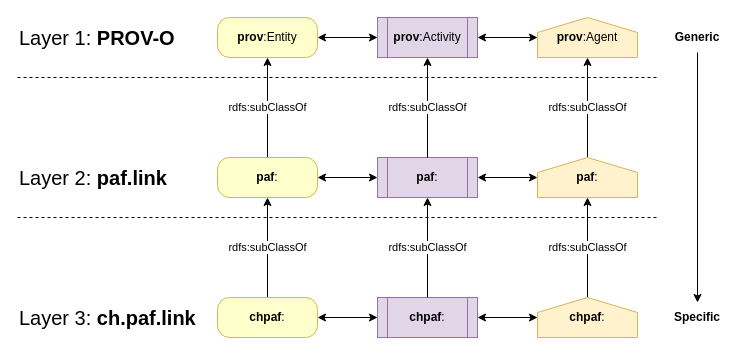
Before: img/layers.drawio in swiss/paf-link, a draw.io diagram. Source tidied: cells renumbered, new cells numbered last; positions are measured from the earlier drawing's top-left corner, leaving out a move shared by most shapes. Both pictures are drawn from the tidied source at 100%, with x=0, y=0 at pixel (17, 17).
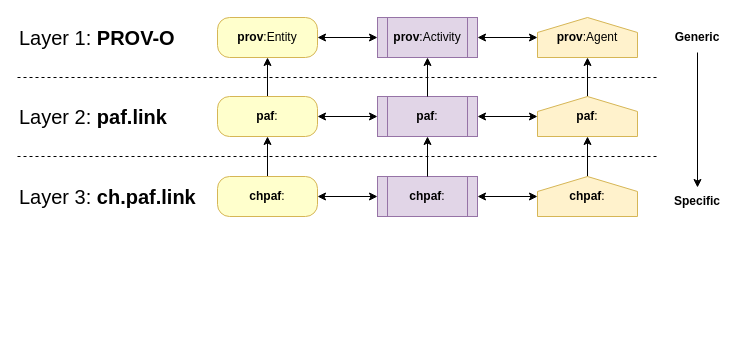
The same diagram, later.

Unchanged cells that the change refers to:
```xml
<mxCell id="7" value="&lt;b&gt;Generic&lt;/b&gt;" style="text;html=1;strokeColor=none;fillColor=none;align=center;verticalAlign=middle;whiteSpace=wrap;rounded=0;" parent="1" vertex="1">
  <mxGeometry x="650" y="5" width="60" height="30" as="geometry" />
</mxCell>
<mxCell id="11" value="&lt;b&gt;prov&lt;/b&gt;:Entity" style="rounded=1;whiteSpace=wrap;html=1;fillColor=#FFFFCC;strokeColor=#d6b656;arcSize=30;" parent="1" vertex="1">
  <mxGeometry x="200" width="100" height="40" as="geometry" />
</mxCell>
<mxCell id="13" value="&lt;b&gt;prov&lt;/b&gt;:Activity" style="shape=process;whiteSpace=wrap;html=1;backgroundOutline=1;fillColor=#e1d5e7;strokeColor=#9673a6;" parent="1" vertex="1">
  <mxGeometry x="360" width="100" height="40" as="geometry" />
</mxCell>
<mxCell id="30" value="&lt;b&gt;prov&lt;/b&gt;:Agent" style="shape=offPageConnector;whiteSpace=wrap;html=1;flipV=1;fillColor=#fff2cc;strokeColor=#d6b656;" parent="1" vertex="1">
  <mxGeometry x="520" width="100" height="40" as="geometry" />
</mxCell>
```

The edit, as a diff of the source:
```diff
@@
     <mxCell id="3" value="Layer 2: &lt;b&gt;paf.link&lt;/b&gt;" style="text;strokeColor=none;align=left;fillColor=none;html=1;verticalAlign=middle;whiteSpace=wrap;rounded=0;labelBackgroundColor=none;fontSize=20;fontColor=none;" parent="1" vertex="1">
-      <mxGeometry y="140" width="170" height="40" as="geometry" />
+      <mxGeometry y="79" width="170" height="40" as="geometry" />
     </mxCell>
     <mxCell id="4" value="Layer 3: &lt;b&gt;ch.paf.link&lt;/b&gt;" style="text;strokeColor=none;align=left;fillColor=none;html=1;verticalAlign=middle;whiteSpace=wrap;rounded=0;labelBackgroundColor=none;fontSize=20;fontColor=none;" parent="1" vertex="1">
-      <mxGeometry y="280" width="200" height="40" as="geometry" />
+      <mxGeometry y="159" width="200" height="40" as="geometry" />
     </mxCell>
-    <mxCell id="5" style="endArrow=classic;html=1;entryX=0.5;entryY=0;entryDx=0;entryDy=0;exitX=0.5;exitY=1;exitDx=0;exitDy=0;" parent="1" edge="1" source="7" target="6">
-      <mxGeometry relative="1" as="geometry" />
+    <mxCell id="5" style="endArrow=classic;html=1;exitX=0.5;exitY=1;exitDx=0;exitDy=0;" parent="1" edge="1" source="7">
+      <mxGeometry relative="1" as="geometry">
+        <mxPoint x="680" y="170" as="targetPoint" />
+      </mxGeometry>
     </mxCell>
     <mxCell id="6" value="&lt;b&gt;Specific&lt;/b&gt;" style="text;html=1;strokeColor=none;fillColor=none;align=center;verticalAlign=middle;whiteSpace=wrap;rounded=0;" parent="1" vertex="1">
-      <mxGeometry x="650" y="285" width="60" height="30" as="geometry" />
+      <mxGeometry x="650" y="169" width="60" height="30" as="geometry" />
     </mxCell>
@@
     <mxCell id="9" style="endArrow=none;dashed=1;html=1;strokeWidth=1;fontSize=20;fontColor=none;" parent="1" edge="1">
       <mxGeometry relative="1" as="geometry">
-        <mxPoint y="200" as="sourcePoint" />
-        <mxPoint x="640" y="200" as="targetPoint" />
+        <mxPoint y="139" as="sourcePoint" />
+        <mxPoint x="640" y="139" as="targetPoint" />
       </mxGeometry>
     </mxCell>
@@
-    <mxCell id="15" value="rdfs:subClassOf" style="edgeStyle=none;html=1;exitX=0.5;exitY=0;exitDx=0;exitDy=0;entryX=0.5;entryY=1;entryDx=0;entryDy=0;startArrow=none;startFill=0;" parent="1" edge="1" source="16" target="11">
+    <mxCell id="15" style="edgeStyle=none;html=1;exitX=0.5;exitY=0;exitDx=0;exitDy=0;entryX=0.5;entryY=1;entryDx=0;entryDy=0;startArrow=none;startFill=0;" parent="1" edge="1" source="16" target="11">
       <mxGeometry relative="1" as="geometry" />
     </mxCell>
     <mxCell id="16" value="&lt;b&gt;paf&lt;/b&gt;:" style="rounded=1;whiteSpace=wrap;html=1;fillColor=#FFFFCC;strokeColor=#d6b656;arcSize=30;" parent="1" vertex="1">
-      <mxGeometry x="200" y="140" width="100" height="40" as="geometry" />
+      <mxGeometry x="200" y="79" width="100" height="40" as="geometry" />
     </mxCell>
@@
     <mxCell id="18" value="&lt;b&gt;paf&lt;/b&gt;:" style="shape=process;whiteSpace=wrap;html=1;backgroundOutline=1;fillColor=#e1d5e7;strokeColor=#9673a6;" parent="1" vertex="1">
-      <mxGeometry x="360" y="140" width="100" height="40" as="geometry" />
+      <mxGeometry x="360" y="79" width="100" height="40" as="geometry" />
     </mxCell>
-    <mxCell id="19" value="rdfs:subClassOf" style="edgeStyle=none;html=1;exitX=0.5;exitY=0;exitDx=0;exitDy=0;entryX=0.5;entryY=1;entryDx=0;entryDy=0;startArrow=none;startFill=0;" parent="1" edge="1" source="18" target="13">
+    <mxCell id="19" style="edgeStyle=none;html=1;exitX=0.5;exitY=0;exitDx=0;exitDy=0;entryX=0.5;entryY=1;entryDx=0;entryDy=0;startArrow=none;startFill=0;" parent="1" edge="1" source="18" target="13">
       <mxGeometry relative="1" as="geometry" />
     </mxCell>
-    <mxCell id="20" value="rdfs:subClassOf" style="edgeStyle=none;html=1;entryX=0.5;entryY=1;entryDx=0;entryDy=0;startArrow=none;startFill=0;exitX=0.5;exitY=0;exitDx=0;exitDy=0;" parent="1" edge="1" source="29" target="30">
+    <mxCell id="20" style="edgeStyle=none;html=1;entryX=0.5;entryY=1;entryDx=0;entryDy=0;startArrow=none;startFill=0;exitX=0.5;exitY=0;exitDx=0;exitDy=0;" parent="1" edge="1" source="29" target="30">
       <mxGeometry relative="1" as="geometry" />
     </mxCell>
@@
-    <mxCell id="22" value="rdfs:subClassOf" style="edgeStyle=none;html=1;exitX=0.5;exitY=0;exitDx=0;exitDy=0;entryX=0.5;entryY=1;entryDx=0;entryDy=0;startArrow=none;startFill=0;" parent="1" edge="1" source="23" target="16">
+    <mxCell id="22" style="edgeStyle=none;html=1;exitX=0.5;exitY=0;exitDx=0;exitDy=0;entryX=0.5;entryY=1;entryDx=0;entryDy=0;startArrow=none;startFill=0;" parent="1" edge="1" source="23" target="16">
       <mxGeometry relative="1" as="geometry" />
     </mxCell>
     <mxCell id="23" value="&lt;b&gt;chpaf&lt;/b&gt;:" style="rounded=1;whiteSpace=wrap;html=1;fillColor=#FFFFCC;strokeColor=#d6b656;arcSize=30;" parent="1" vertex="1">
-      <mxGeometry x="200" y="280" width="100" height="40" as="geometry" />
+      <mxGeometry x="200" y="159" width="100" height="40" as="geometry" />
     </mxCell>
@@
     <mxCell id="25" value="&lt;b&gt;chpaf&lt;/b&gt;:" style="shape=process;whiteSpace=wrap;html=1;backgroundOutline=1;fillColor=#e1d5e7;strokeColor=#9673a6;" parent="1" vertex="1">
-      <mxGeometry x="360" y="280" width="100" height="40" as="geometry" />
+      <mxGeometry x="360" y="159" width="100" height="40" as="geometry" />
     </mxCell>
-    <mxCell id="26" value="rdfs:subClassOf" style="edgeStyle=none;html=1;exitX=0.5;exitY=0;exitDx=0;exitDy=0;entryX=0.5;entryY=1;entryDx=0;entryDy=0;startArrow=none;startFill=0;" parent="1" edge="1" source="25" target="18">
+    <mxCell id="26" style="edgeStyle=none;html=1;exitX=0.5;exitY=0;exitDx=0;exitDy=0;entryX=0.5;entryY=1;entryDx=0;entryDy=0;startArrow=none;startFill=0;" parent="1" edge="1" source="25" target="18">
       <mxGeometry relative="1" as="geometry" />
     </mxCell>
-    <mxCell id="27" value="rdfs:subClassOf" style="edgeStyle=none;html=1;startArrow=none;startFill=0;exitX=0.5;exitY=0;exitDx=0;exitDy=0;entryX=0.5;entryY=1;entryDx=0;entryDy=0;" parent="1" edge="1" source="28" target="29">
+    <mxCell id="27" style="edgeStyle=none;html=1;startArrow=none;startFill=0;exitX=0.5;exitY=0;exitDx=0;exitDy=0;entryX=0.5;entryY=1;entryDx=0;entryDy=0;" parent="1" edge="1" source="28" target="29">
       <mxGeometry relative="1" as="geometry" />
     </mxCell>
     <mxCell id="28" value="&lt;b&gt;chpaf&lt;/b&gt;:" style="shape=offPageConnector;whiteSpace=wrap;html=1;flipV=1;fillColor=#fff2cc;strokeColor=#d6b656;" parent="1" vertex="1">
-      <mxGeometry x="520" y="280" width="100" height="40" as="geometry" />
+      <mxGeometry x="520" y="159" width="100" height="40" as="geometry" />
     </mxCell>
     <mxCell id="29" value="&lt;b&gt;paf&lt;/b&gt;:" style="shape=offPageConnector;whiteSpace=wrap;html=1;flipV=1;fillColor=#fff2cc;strokeColor=#d6b656;" parent="1" vertex="1">
-      <mxGeometry x="520" y="140" width="100" height="40" as="geometry" />
+      <mxGeometry x="520" y="79" width="100" height="40" as="geometry" />
     </mxCell>
```
